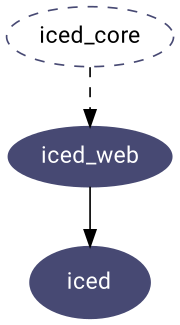
The Graphviz diagram docs/graphs/web.png in iced-rs/iced, before a commit. Its source is kept beside it as docs/graphs/web.dot.
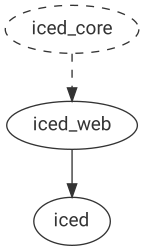
Later version of the same file.

What changed in the source:
```diff
@@ -1,12 +1,12 @@
 digraph G {
   fontname = "Roboto";
   newrank=true;
-  node[fontname = "Roboto", style=filled, fontcolor=white, color="#474973"];
+  node[fontname = "Roboto", style="filled", fontcolor="#333333", fillcolor=white, color="#333333"];
+  edge[color="#333333"];
 
   iced_core -> iced_web [style=dashed];
 
   iced_web -> iced;
 
-  iced_core [style=dashed, fontcolor=black];
-  iced [width=1, height=0.6, style="filled", fontcolor=white, color="#474973"];
+  iced_core [style=dashed];
 }
```
